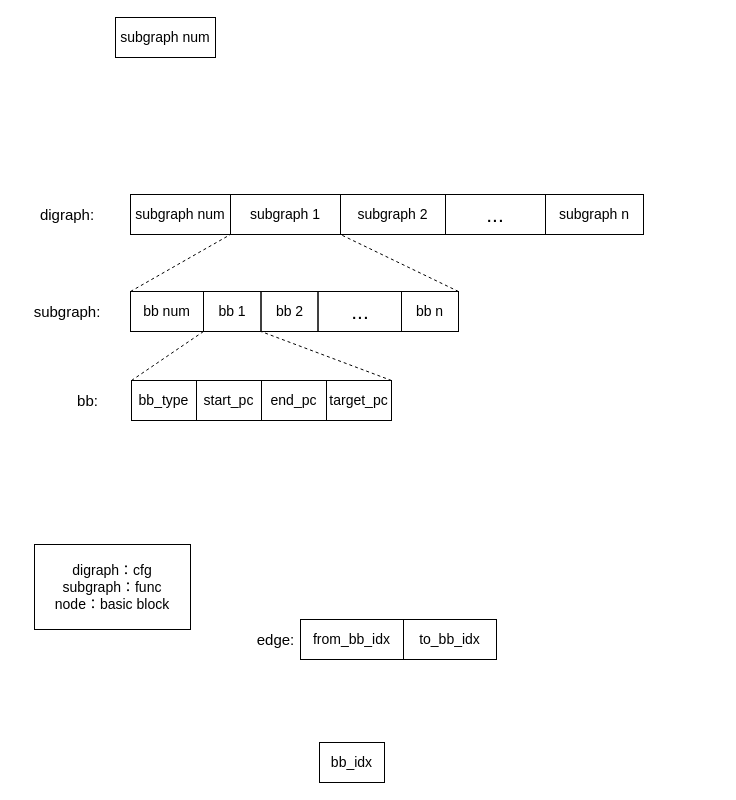
This is cfg 二进制布局设计.drawio from liyp1120/draw.io, a draw.io file, before an edit. Source tidied: cells renumbered, new cells numbered last; positions are measured from the earlier drawing's top-left corner, leaving out a move shared by most shapes. Both pictures are drawn from the tidied source at 100%, with x=0, y=0 at pixel (17, 17).
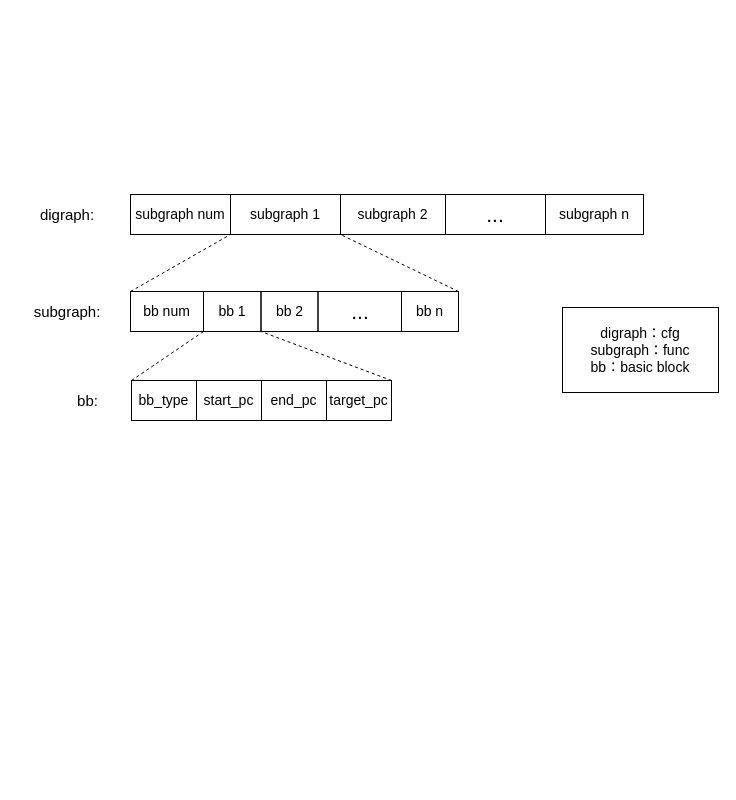
After the change.

Commit message:
更新cfg 二进制布局设计.drawio

The edit, as a diff of the source:
```diff
@@
-    <mxCell id="7" value="&lt;font style=&quot;font-size: 14px;&quot;&gt;subgraph num&lt;/font&gt;" style="rounded=0;whiteSpace=wrap;html=1;fillColor=none;" parent="1" vertex="1">
-      <mxGeometry x="98" width="100" height="40" as="geometry" />
-    </mxCell>
@@
-    <mxCell id="15" value="&lt;font style=&quot;font-size: 14px;&quot;&gt;digraph：cfg&lt;br&gt;subgraph：func&lt;br&gt;node：basic block&lt;br&gt;&lt;/font&gt;" style="rounded=0;whiteSpace=wrap;html=1;fillColor=none;align=center;" parent="1" vertex="1">
-      <mxGeometry x="17" y="527" width="156" height="85" as="geometry" />
+    <mxCell id="15" value="&lt;font style=&quot;font-size: 14px;&quot;&gt;digraph：cfg&lt;br&gt;subgraph：func&lt;br&gt;bb：basic block&lt;br&gt;&lt;/font&gt;" style="rounded=0;whiteSpace=wrap;html=1;fillColor=none;align=center;" parent="1" vertex="1">
+      <mxGeometry x="545" y="290" width="156" height="85" as="geometry" />
     </mxCell>
@@
-    <mxCell id="22" value="&lt;font style=&quot;font-size: 14px;&quot;&gt;bb_idx&lt;/font&gt;" style="rounded=0;whiteSpace=wrap;html=1;fillColor=none;" parent="1" vertex="1">
-      <mxGeometry x="302" y="725" width="65" height="40" as="geometry" />
-    </mxCell>
-    <mxCell id="23" style="rounded=0;whiteSpace=wrap;html=1;fillColor=none;" parent="1" vertex="1">
-      <mxGeometry x="283" y="602" width="196" height="40" as="geometry" />
-    </mxCell>
-    <mxCell id="24" value="&lt;font style=&quot;font-size: 15px;&quot;&gt;edge:&lt;/font&gt;" style="rounded=0;whiteSpace=wrap;html=1;fillColor=none;strokeColor=none;" parent="1" vertex="1">
-      <mxGeometry x="237" y="602" width="43" height="40" as="geometry" />
-    </mxCell>
-    <mxCell id="25" value="&lt;font style=&quot;font-size: 14px;&quot;&gt;from_bb_idx&lt;/font&gt;" style="rounded=0;whiteSpace=wrap;html=1;fillColor=none;" parent="1" vertex="1">
-      <mxGeometry x="283" y="602" width="103" height="40" as="geometry" />
-    </mxCell>
-    <mxCell id="26" value="&lt;font style=&quot;font-size: 14px;&quot;&gt;to_bb_idx&lt;/font&gt;" style="rounded=0;whiteSpace=wrap;html=1;fillColor=none;" parent="1" vertex="1">
-      <mxGeometry x="386" y="602" width="93" height="40" as="geometry" />
-    </mxCell>
```
